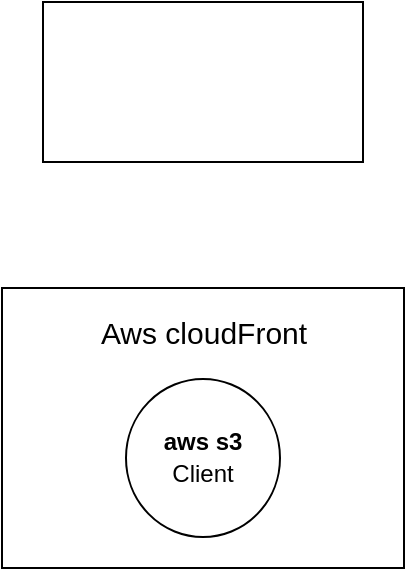
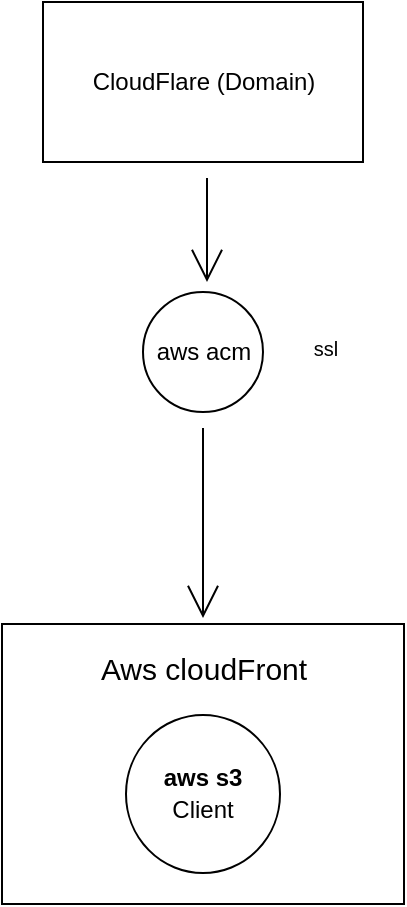
<mxfile host="app.diagrams.net">
  <diagram name="Page-1" id="SOHPCcRNUhLTlrNE90n2">
    <mxGraphModel dx="2312" dy="1096" grid="0" gridSize="10" guides="1" tooltips="1" connect="1" arrows="1" fold="1" page="0" pageScale="1" pageWidth="850" pageHeight="1100" math="0" shadow="0">
      <root>
        <mxCell id="0" />
        <mxCell id="1" parent="0" />
        <mxCell id="rra6tTRvJPethr66ALMW-2" parent="1" style="rounded=0;whiteSpace=wrap;html=1;fontFamily=Architects Daughter;fontSource=https%3A%2F%2Ffonts.googleapis.com%2Fcss%3Ffamily%3DArchitects%2BDaughter;" value="" vertex="1">
-           <mxGeometry height="140" width="201" x="-528" y="-86" as="geometry" />
+           <mxGeometry height="140" width="201" x="-528" y="82" as="geometry" />
        </mxCell>
        <mxCell id="rra6tTRvJPethr66ALMW-1" parent="1" style="ellipse;whiteSpace=wrap;html=1;fontFamily=Architects Daughter;fontSource=https%3A%2F%2Ffonts.googleapis.com%2Fcss%3Ffamily%3DArchitects%2BDaughter;" value="&lt;font face=&quot;Helvetica&quot;&gt;&lt;b&gt;aws s3&lt;/b&gt;&lt;br&gt;Client&lt;/font&gt;" vertex="1">
-           <mxGeometry height="79" width="77" x="-466" y="-40.5" as="geometry" />
+           <mxGeometry height="79" width="77" x="-466" y="127.5" as="geometry" />
        </mxCell>
        <mxCell id="rra6tTRvJPethr66ALMW-3" parent="1" style="text;html=1;whiteSpace=wrap;strokeColor=none;fillColor=none;align=center;verticalAlign=middle;rounded=0;fontSize=20;fontFamily=Helvetica;" value="&lt;font style=&quot;font-size: 15px;&quot;&gt;Aws cloudFront&lt;/font&gt;" vertex="1">
-           <mxGeometry height="30" width="186" x="-520.5" y="-81" as="geometry" />
+           <mxGeometry height="30" width="186" x="-520.5" y="87" as="geometry" />
        </mxCell>
-         <mxCell id="rra6tTRvJPethr66ALMW-5" parent="1" style="rounded=0;whiteSpace=wrap;html=1;fontFamily=Helvetica;" value="" vertex="1">
+         <mxCell id="rra6tTRvJPethr66ALMW-10" edge="1" parent="1" style="edgeStyle=none;curved=1;rounded=0;orthogonalLoop=1;jettySize=auto;html=1;fontFamily=Architects Daughter;fontSource=https%3A%2F%2Ffonts.googleapis.com%2Fcss%3Ffamily%3DArchitects%2BDaughter;fontSize=16;startSize=14;endArrow=open;endSize=14;sourcePerimeterSpacing=8;targetPerimeterSpacing=8;" value="">
+           <mxGeometry relative="1" as="geometry">
+             <mxPoint x="-425.5" y="-141" as="sourcePoint" />
+             <mxPoint x="-425.5" y="-89" as="targetPoint" />
+           </mxGeometry>
+         </mxCell>
+         <mxCell id="rra6tTRvJPethr66ALMW-5" parent="1" style="rounded=0;whiteSpace=wrap;html=1;fontFamily=Helvetica;" value="CloudFlare (Domain)" vertex="1">
          <mxGeometry height="80" width="160" x="-507.5" y="-229" as="geometry" />
+         </mxCell>
+         <mxCell id="rra6tTRvJPethr66ALMW-14" edge="1" parent="1" source="rra6tTRvJPethr66ALMW-12" style="edgeStyle=none;curved=1;rounded=0;orthogonalLoop=1;jettySize=auto;html=1;fontFamily=Architects Daughter;fontSource=https%3A%2F%2Ffonts.googleapis.com%2Fcss%3Ffamily%3DArchitects%2BDaughter;fontSize=16;startSize=14;endArrow=open;endSize=14;sourcePerimeterSpacing=8;targetPerimeterSpacing=8;" target="rra6tTRvJPethr66ALMW-3" value="">
+           <mxGeometry relative="1" as="geometry" />
+         </mxCell>
+         <mxCell id="rra6tTRvJPethr66ALMW-12" parent="1" style="ellipse;whiteSpace=wrap;html=1;fontFamily=Architects Daughter;fontSource=https%3A%2F%2Ffonts.googleapis.com%2Fcss%3Ffamily%3DArchitects%2BDaughter;" value="&lt;font face=&quot;Helvetica&quot;&gt;aws acm&lt;/font&gt;" vertex="1">
+           <mxGeometry height="60" width="60" x="-457.5" y="-84" as="geometry" />
+         </mxCell>
+         <mxCell id="rra6tTRvJPethr66ALMW-15" parent="1" style="text;html=1;whiteSpace=wrap;strokeColor=none;fillColor=none;align=center;verticalAlign=middle;rounded=0;fontSize=10;fontFamily=Helvetica;" value="&lt;font&gt;ssl&lt;/font&gt;" vertex="1">
+           <mxGeometry height="18" width="32" x="-382" y="-65" as="geometry" />
        </mxCell>
      </root>
    </mxGraphModel>
  </diagram>
</mxfile>
